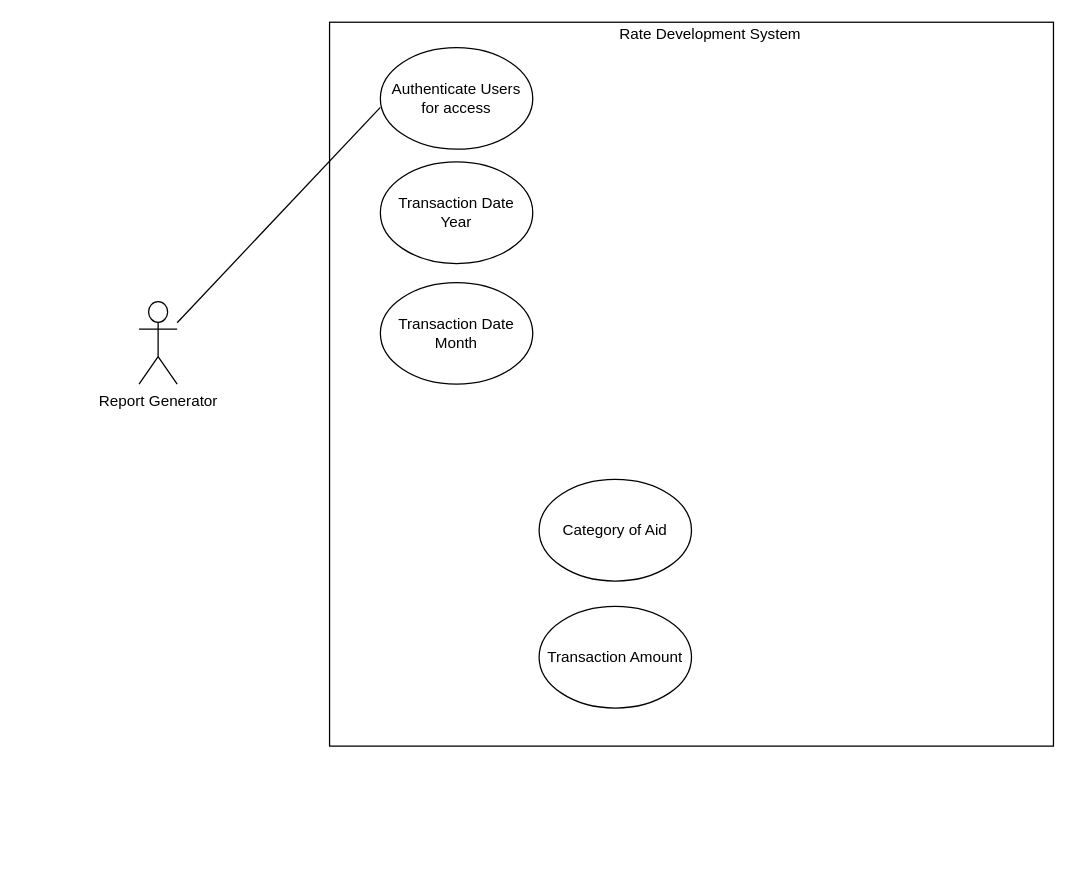
Above: RDT_UseCase.drawio in lrocholl/diagrams (draw.io), before the change. Source tidied: cells renumbered, new cells numbered last; positions are measured from the earlier drawing's top-left corner, leaving out a move shared by most shapes. Both pictures are drawn from the tidied source at 127%, with x=0, y=0 at pixel (138, 22).
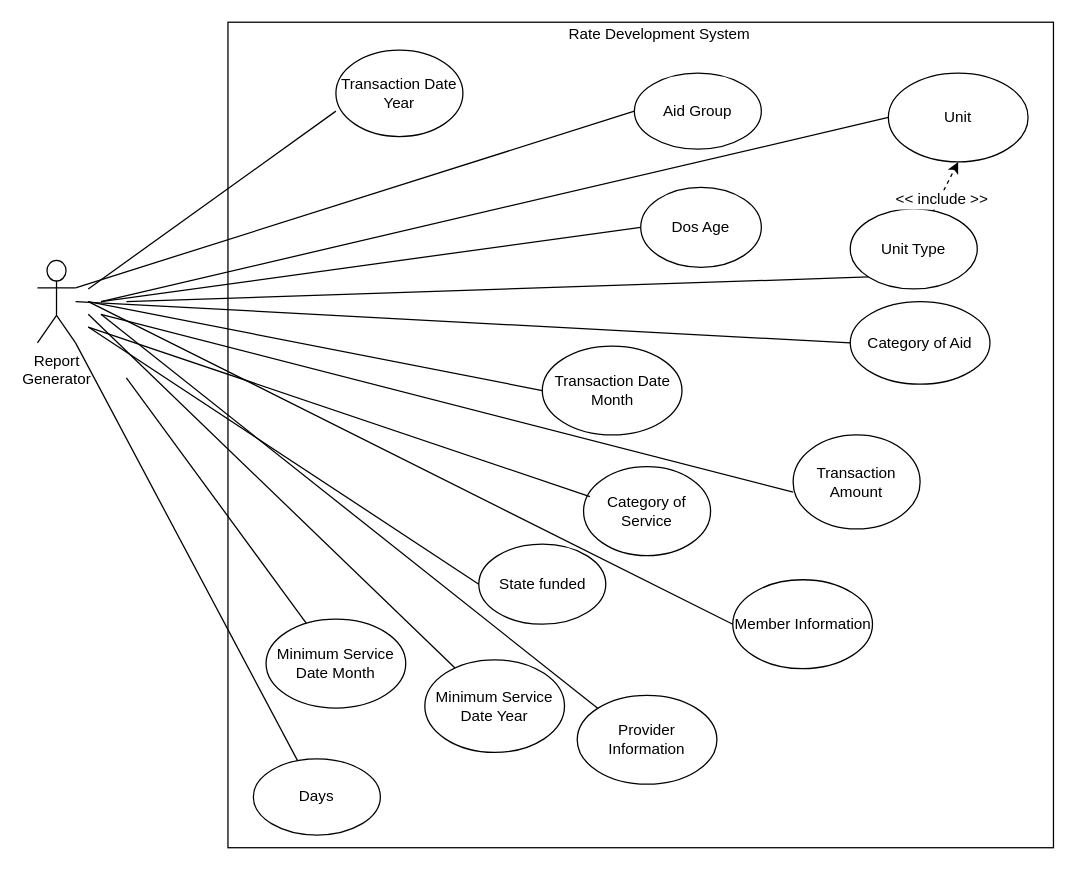
The same page after the edit.

Diff of the diagram source:
```diff
@@
     <mxCell id="2" style="whiteSpace=wrap;html=1;" parent="1" vertex="1">
-      <mxGeometry x="150" width="570" height="570" as="geometry" />
+      <mxGeometry x="70" width="650" height="650" as="geometry" />
     </mxCell>
-    <mxCell id="3" value="Report Generator&lt;br&gt;&lt;br&gt;" style="shape=umlActor;verticalLabelPosition=bottom;labelBackgroundColor=#ffffff;verticalAlign=top;html=1;outlineConnect=0;" parent="1" vertex="1">
-      <mxGeometry y="220" width="30" height="65" as="geometry" />
+    <mxCell id="3" value="Report &lt;br&gt;Generator&lt;br&gt;&lt;br&gt;" style="shape=umlActor;verticalLabelPosition=bottom;labelBackgroundColor=#ffffff;verticalAlign=top;html=1;outlineConnect=0;" parent="1" vertex="1">
+      <mxGeometry x="-80" y="187.5" width="30" height="65" as="geometry" />
     </mxCell>
-    <mxCell id="4" value="Authenticate Users&lt;br&gt;for access&lt;br&gt;" style="ellipse;whiteSpace=wrap;html=1;" parent="1" vertex="1">
-      <mxGeometry x="190" y="20" width="120" height="80" as="geometry" />
-    </mxCell>
     <mxCell id="5" value="Rate Development System" style="text;html=1;strokeColor=none;fillColor=none;align=center;verticalAlign=middle;whiteSpace=wrap;rounded=0;" parent="1" vertex="1">
-      <mxGeometry x="330" width="240" height="20" as="geometry" />
+      <mxGeometry x="290" width="240" height="20" as="geometry" />
     </mxCell>
-    <mxCell id="6" style="endArrow=none;html=1;entryX=0;entryY=0.588;entryDx=0;entryDy=0;entryPerimeter=0;" parent="1" edge="1" source="3" target="4">
-      <mxGeometry relative="1" as="geometry" />
-    </mxCell>
     <mxCell id="7" value="Transaction Date Year" style="ellipse;whiteSpace=wrap;html=1;" parent="1" vertex="1">
-      <mxGeometry x="190" y="110" width="120" height="80" as="geometry" />
+      <mxGeometry x="155" y="22" width="100" height="68" as="geometry" />
     </mxCell>
     <mxCell id="8" value="Category of Aid" style="ellipse;whiteSpace=wrap;html=1;" parent="1" vertex="1">
-      <mxGeometry x="315" y="360" width="120" height="80" as="geometry" />
+      <mxGeometry x="560" y="220" width="110" height="65" as="geometry" />
     </mxCell>
     <mxCell id="9" value="Transaction Amount" style="ellipse;whiteSpace=wrap;html=1;" parent="1" vertex="1">
-      <mxGeometry x="315" y="460" width="120" height="80" as="geometry" />
+      <mxGeometry x="515" y="325" width="100" height="74" as="geometry" />
     </mxCell>
     <mxCell id="10" value="Transaction Date Month" style="ellipse;whiteSpace=wrap;html=1;" parent="1" vertex="1">
-      <mxGeometry x="190" y="205" width="120" height="80" as="geometry" />
+      <mxGeometry x="317.5" y="255" width="110" height="70" as="geometry" />
     </mxCell>
+    <mxCell id="11" value="Minimum Service Date Year&lt;br&gt;" style="ellipse;whiteSpace=wrap;html=1;" parent="1" vertex="1">
+      <mxGeometry x="225" y="502" width="110" height="73" as="geometry" />
+    </mxCell>
+    <mxCell id="12" value="Minimum Service Date Month" style="ellipse;whiteSpace=wrap;html=1;" parent="1" vertex="1">
+      <mxGeometry x="100" y="470" width="110" height="70" as="geometry" />
+    </mxCell>
+    <mxCell id="13" value="Aid Group" style="ellipse;whiteSpace=wrap;html=1;" parent="1" vertex="1">
+      <mxGeometry x="390" y="40" width="100" height="60" as="geometry" />
+    </mxCell>
+    <mxCell id="14" value="Dos Age" style="ellipse;whiteSpace=wrap;html=1;" parent="1" vertex="1">
+      <mxGeometry x="395" y="130" width="95" height="63" as="geometry" />
+    </mxCell>
+    <mxCell id="15" value="Category of Service" style="ellipse;whiteSpace=wrap;html=1;" parent="1" vertex="1">
+      <mxGeometry x="350" y="350" width="100" height="70" as="geometry" />
+    </mxCell>
+    <mxCell id="16" value="State funded" style="ellipse;whiteSpace=wrap;html=1;" parent="1" vertex="1">
+      <mxGeometry x="267.5" y="411" width="100" height="63" as="geometry" />
+    </mxCell>
+    <mxCell id="17" value="Unit Type" style="ellipse;whiteSpace=wrap;html=1;" parent="1" vertex="1">
+      <mxGeometry x="560" y="147" width="100" height="63" as="geometry" />
+    </mxCell>
+    <mxCell id="18" value="Unit" style="ellipse;whiteSpace=wrap;html=1;" parent="1" vertex="1">
+      <mxGeometry x="590" y="40" width="110" height="70" as="geometry" />
+    </mxCell>
+    <mxCell id="19" value="Days" style="ellipse;whiteSpace=wrap;html=1;" parent="1" vertex="1">
+      <mxGeometry x="90" y="580" width="100" height="60" as="geometry" />
+    </mxCell>
+    <mxCell id="20" value="Member Information" style="ellipse;whiteSpace=wrap;html=1;" parent="1" vertex="1">
+      <mxGeometry x="467.5" y="439" width="110" height="70" as="geometry" />
+    </mxCell>
+    <mxCell id="21" value="Provider Information" style="ellipse;whiteSpace=wrap;html=1;" parent="1" vertex="1">
+      <mxGeometry x="345" y="530" width="110" height="70" as="geometry" />
+    </mxCell>
+    <mxCell id="22" style="endArrow=none;html=1;entryX=0;entryY=0.706;entryDx=0;entryDy=0;entryPerimeter=0;" parent="1" edge="1" target="7">
+      <mxGeometry relative="1" as="geometry">
+        <mxPoint x="-40" y="210" as="sourcePoint" />
+      </mxGeometry>
+    </mxCell>
+    <mxCell id="23" style="endArrow=none;html=1;entryX=0;entryY=0.5;entryDx=0;entryDy=0;" parent="1" edge="1" target="10">
+      <mxGeometry relative="1" as="geometry">
+        <mxPoint x="-40" y="220" as="sourcePoint" />
+      </mxGeometry>
+    </mxCell>
+    <mxCell id="24" style="endArrow=none;html=1;" parent="1" edge="1" target="11">
+      <mxGeometry relative="1" as="geometry">
+        <mxPoint x="-40" y="230" as="sourcePoint" />
+      </mxGeometry>
+    </mxCell>
+    <mxCell id="25" style="endArrow=none;html=1;" parent="1" edge="1" target="12">
+      <mxGeometry relative="1" as="geometry">
+        <mxPoint x="-10" y="280" as="sourcePoint" />
+      </mxGeometry>
+    </mxCell>
+    <mxCell id="26" style="endArrow=none;html=1;entryX=0;entryY=0.5;entryDx=0;entryDy=0;exitX=1;exitY=0.3333333333333333;exitDx=0;exitDy=0;exitPerimeter=0;" parent="1" edge="1" source="3" target="13">
+      <mxGeometry relative="1" as="geometry" />
+    </mxCell>
+    <mxCell id="27" style="endArrow=classic;html=1;entryX=0.5;entryY=1;entryDx=0;entryDy=0;dashed=1;" parent="1" edge="1" source="17" target="18">
+      <mxGeometry relative="1" as="geometry" />
+    </mxCell>
+    <mxCell id="28" value="&amp;lt;&amp;lt; include &amp;gt;&amp;gt;" style="text;html=1;align=center;verticalAlign=middle;labelBackgroundColor=#ffffff;" parent="27" vertex="1">
+      <mxGeometry x="-0.51" y="-1" relative="1" as="geometry" />
+    </mxCell>
+    <mxCell id="29" style="endArrow=none;html=1;entryX=0;entryY=0.5;entryDx=0;entryDy=0;rounded=0;" parent="1" edge="1" target="14">
+      <mxGeometry relative="1" as="geometry">
+        <mxPoint x="-30" y="220" as="sourcePoint" />
+      </mxGeometry>
+    </mxCell>
+    <mxCell id="30" style="endArrow=none;html=1;entryX=0;entryY=0.5;entryDx=0;entryDy=0;" parent="1" edge="1" target="8">
+      <mxGeometry relative="1" as="geometry">
+        <mxPoint x="-50" y="220" as="sourcePoint" />
+      </mxGeometry>
+    </mxCell>
+    <mxCell id="31" style="endArrow=none;html=1;entryX=1;entryY=1;entryDx=0;entryDy=0;entryPerimeter=0;" parent="1" edge="1" source="19" target="3">
+      <mxGeometry relative="1" as="geometry" />
+    </mxCell>
+    <mxCell id="32" style="endArrow=none;html=1;entryX=0;entryY=0.5;entryDx=0;entryDy=0;" parent="1" edge="1" target="16">
+      <mxGeometry relative="1" as="geometry">
+        <mxPoint x="-40" y="240" as="sourcePoint" />
+      </mxGeometry>
+    </mxCell>
+    <mxCell id="33" style="endArrow=none;html=1;entryX=0;entryY=1;entryDx=0;entryDy=0;" parent="1" edge="1" target="17">
+      <mxGeometry relative="1" as="geometry">
+        <mxPoint x="-10" y="220" as="sourcePoint" />
+      </mxGeometry>
+    </mxCell>
+    <mxCell id="34" style="endArrow=none;html=1;entryX=0.05;entryY=0.336;entryDx=0;entryDy=0;entryPerimeter=0;" parent="1" edge="1" target="15">
+      <mxGeometry relative="1" as="geometry">
+        <mxPoint x="-40" y="240" as="sourcePoint" />
+      </mxGeometry>
+    </mxCell>
+    <mxCell id="35" style="endArrow=none;html=1;entryX=0;entryY=0.608;entryDx=0;entryDy=0;entryPerimeter=0;" parent="1" edge="1" target="9">
+      <mxGeometry relative="1" as="geometry">
+        <mxPoint x="-30" y="230" as="sourcePoint" />
+      </mxGeometry>
+    </mxCell>
+    <mxCell id="36" style="endArrow=none;html=1;entryX=0;entryY=0.5;entryDx=0;entryDy=0;" parent="1" edge="1" target="18">
+      <mxGeometry relative="1" as="geometry">
+        <mxPoint x="-30" y="220" as="sourcePoint" />
+      </mxGeometry>
+    </mxCell>
+    <mxCell id="37" style="endArrow=none;html=1;entryX=0;entryY=0.5;entryDx=0;entryDy=0;" parent="1" edge="1" target="20">
+      <mxGeometry relative="1" as="geometry">
+        <mxPoint x="-40" y="220" as="sourcePoint" />
+      </mxGeometry>
+    </mxCell>
+    <mxCell id="38" style="endArrow=none;html=1;entryX=0;entryY=0;entryDx=0;entryDy=0;" parent="1" edge="1" target="21">
+      <mxGeometry relative="1" as="geometry">
+        <mxPoint x="-30" y="230" as="sourcePoint" />
+      </mxGeometry>
+    </mxCell>
```
